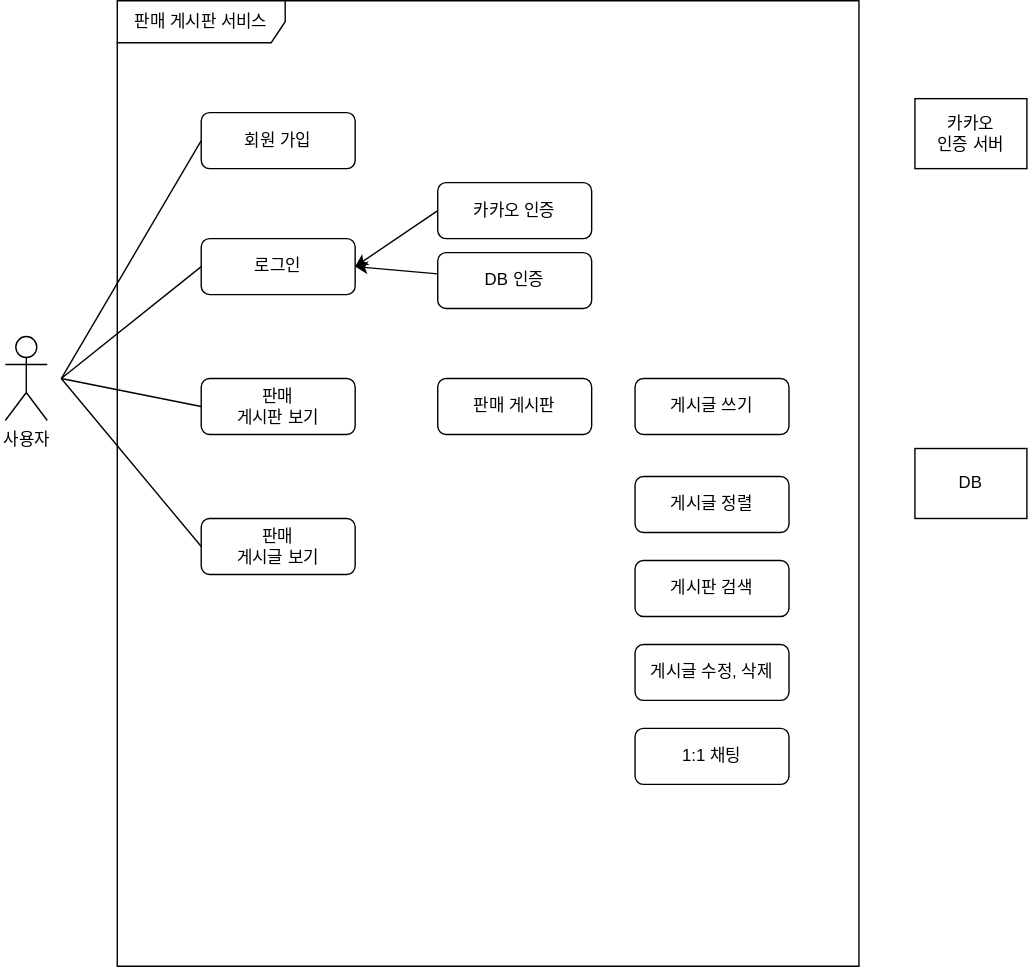
Earlier version of the draw.io export Document/use-case.svg (wlsdnr658/trade-demo). Source tidied: cells renumbered, new cells last; positions are measured from the earlier drawing's top-left corner, leaving out a move shared by most shapes.
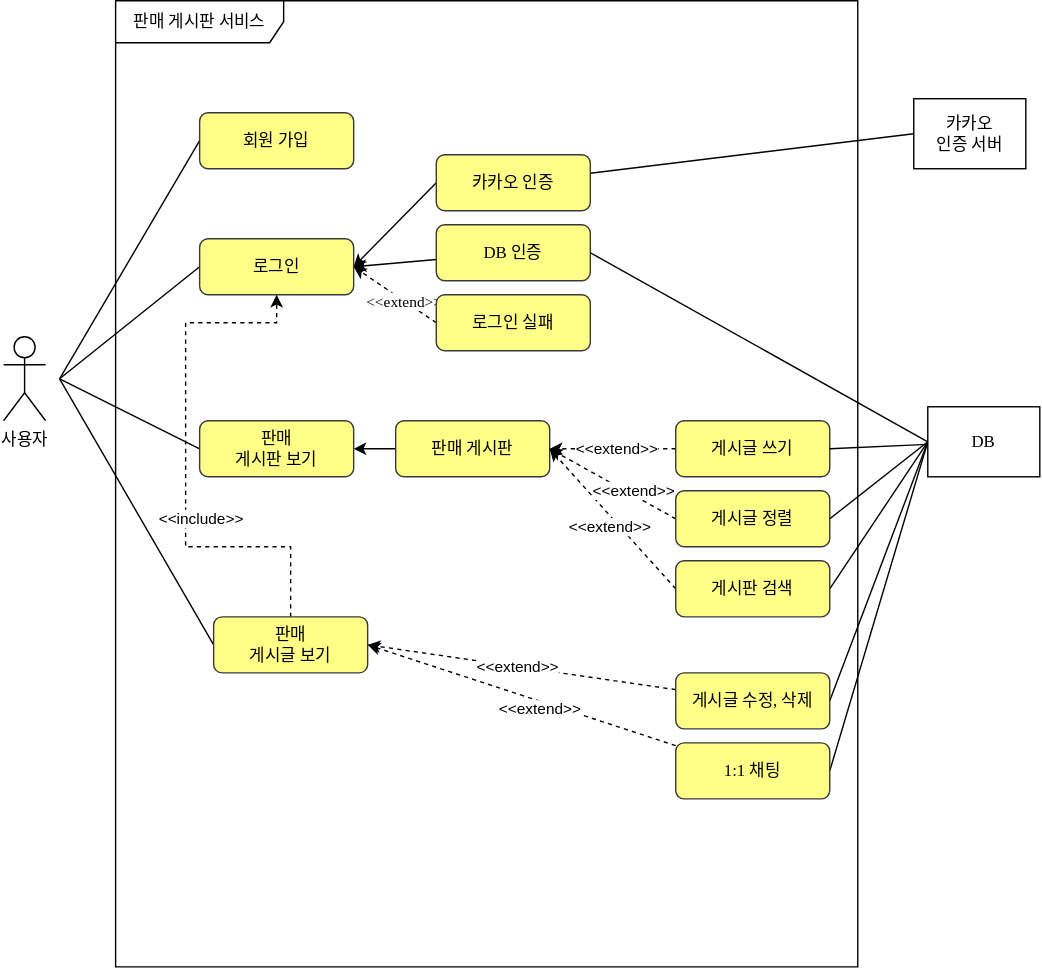
Later version of the same file.

Commit message:
#3 - 유즈케이스 업데이트

Diff of the diagram source:
```diff
@@ -2,80 +2,165 @@
   <root>
     <mxCell id="0" />
     <mxCell id="1" parent="0" />
-    <mxCell id="2" value="사용자" style="shape=umlActor;verticalLabelPosition=bottom;verticalAlign=top;html=1;" parent="1" vertex="1">
+    <mxCell id="2" value="사용자" style="shape=umlActor;verticalLabelPosition=bottom;verticalAlign=top;html=1;fontFamily= Noto Sans Korean;fontSource=https%3A%2F%2Ffonts.googleapis.com%2Fcss%3Ffamily%3D%2BNoto%2BSans%2BKorean;" parent="1" vertex="1">
       <mxGeometry y="240" width="30" height="60" as="geometry" />
     </mxCell>
-    <mxCell id="3" style="rounded=0;jettySize=auto;html=1;startArrow=none;startFill=0;endArrow=none;endFill=0;exitX=0;exitY=0.5;exitDx=0;exitDy=0;" parent="1" edge="1" source="4">
+    <mxCell id="3" style="rounded=0;jettySize=auto;html=1;startArrow=none;startFill=0;endArrow=none;endFill=0;exitX=0;exitY=0.5;exitDx=0;exitDy=0;fontFamily= Noto Sans Korean;fontSource=https%3A%2F%2Ffonts.googleapis.com%2Fcss%3Ffamily%3D%2BNoto%2BSans%2BKorean;" parent="1" edge="1" source="4">
       <mxGeometry relative="1" as="geometry">
         <mxPoint x="40" y="270" as="targetPoint" />
       </mxGeometry>
     </mxCell>
-    <mxCell id="4" value="회원 가입" style="rounded=1;whiteSpace=wrap;html=1;" parent="1" vertex="1">
+    <mxCell id="4" value="회원 가입" style="rounded=1;whiteSpace=wrap;html=1;fillColor=#ffff88;strokeColor=#36393d;fontFamily= Noto Sans Korean;fontSource=https%3A%2F%2Ffonts.googleapis.com%2Fcss%3Ffamily%3D%2BNoto%2BSans%2BKorean;" parent="1" vertex="1">
       <mxGeometry x="140" y="80" width="110" height="40" as="geometry" />
     </mxCell>
-    <mxCell id="5" style="rounded=0;jettySize=auto;html=1;endArrow=none;endFill=0;exitX=0;exitY=0.5;exitDx=0;exitDy=0;" parent="1" edge="1" source="6">
+    <mxCell id="5" style="rounded=0;jettySize=auto;html=1;endArrow=none;endFill=0;exitX=0;exitY=0.5;exitDx=0;exitDy=0;fontFamily= Noto Sans Korean;fontSource=https%3A%2F%2Ffonts.googleapis.com%2Fcss%3Ffamily%3D%2BNoto%2BSans%2BKorean;" parent="1" edge="1" source="6">
       <mxGeometry relative="1" as="geometry">
         <mxPoint x="40" y="270" as="targetPoint" />
       </mxGeometry>
     </mxCell>
-    <mxCell id="6" value="로그인" style="rounded=1;whiteSpace=wrap;html=1;" parent="1" vertex="1">
+    <mxCell id="6" value="로그인" style="rounded=1;whiteSpace=wrap;html=1;fillColor=#ffff88;strokeColor=#36393d;fontFamily= Noto Sans Korean;fontSource=https%3A%2F%2Ffonts.googleapis.com%2Fcss%3Ffamily%3D%2BNoto%2BSans%2BKorean;" parent="1" vertex="1">
       <mxGeometry x="140" y="170" width="110" height="40" as="geometry" />
     </mxCell>
-    <mxCell id="7" style="rounded=0;orthogonalLoop=1;jettySize=auto;html=1;endArrow=none;endFill=0;" parent="1" edge="1">
+    <mxCell id="7" style="rounded=0;jettySize=auto;html=1;endArrow=none;endFill=0;fontFamily= Noto Sans Korean;fontSource=https%3A%2F%2Ffonts.googleapis.com%2Fcss%3Ffamily%3D%2BNoto%2BSans%2BKorean;exitX=0;exitY=0.5;exitDx=0;exitDy=0;" parent="1" edge="1" source="8">
       <mxGeometry relative="1" as="geometry">
-        <mxPoint x="140" y="290" as="sourcePoint" />
         <mxPoint x="40" y="270" as="targetPoint" />
       </mxGeometry>
     </mxCell>
-    <mxCell id="8" value="판매&lt;br&gt;게시판 보기" style="rounded=1;whiteSpace=wrap;html=1;" parent="1" vertex="1">
-      <mxGeometry x="140" y="270" width="110" height="40" as="geometry" />
+    <mxCell id="8" value="판매&lt;br&gt;게시판 보기" style="rounded=1;whiteSpace=wrap;html=1;fillColor=#ffff88;strokeColor=#36393d;fontFamily= Noto Sans Korean;fontSource=https%3A%2F%2Ffonts.googleapis.com%2Fcss%3Ffamily%3D%2BNoto%2BSans%2BKorean;" parent="1" vertex="1">
+      <mxGeometry x="140" y="300" width="110" height="40" as="geometry" />
     </mxCell>
-    <mxCell id="9" style="rounded=0;jettySize=auto;html=1;endArrow=none;endFill=0;exitX=0;exitY=0.5;exitDx=0;exitDy=0;" parent="1" edge="1" source="10">
+    <mxCell id="9" style="rounded=0;jettySize=auto;html=1;endArrow=none;endFill=0;exitX=0;exitY=0.5;exitDx=0;exitDy=0;fontFamily= Noto Sans Korean;fontSource=https%3A%2F%2Ffonts.googleapis.com%2Fcss%3Ffamily%3D%2BNoto%2BSans%2BKorean;" parent="1" edge="1" source="10">
       <mxGeometry relative="1" as="geometry">
         <mxPoint x="40" y="270" as="targetPoint" />
       </mxGeometry>
     </mxCell>
+    <mxCell id="24" style="edgeStyle=orthogonalEdgeStyle;rounded=0;jettySize=auto;html=1;entryX=0.5;entryY=1;entryDx=0;entryDy=0;dashed=1;" parent="1" edge="1" source="10" target="6">
+      <mxGeometry relative="1" as="geometry">
+        <Array as="points">
+          <mxPoint x="205" y="390" />
+          <mxPoint x="130" y="390" />
+          <mxPoint x="130" y="230" />
+          <mxPoint x="195" y="230" />
+        </Array>
+      </mxGeometry>
+    </mxCell>
+    <mxCell id="25" value="&amp;lt;&amp;lt;include&amp;gt;&amp;gt;" style="edgeLabel;html=1;align=center;verticalAlign=middle;" parent="24" vertex="1">
+      <mxGeometry x="-0.58" y="-1" relative="1" as="geometry">
+        <mxPoint x="-37" y="-19" as="offset" />
+      </mxGeometry>
+    </mxCell>
-    <mxCell id="10" value="판매&lt;br&gt;게시글 보기" style="rounded=1;whiteSpace=wrap;html=1;" parent="1" vertex="1">
-      <mxGeometry x="140" y="370" width="110" height="40" as="geometry" />
+    <mxCell id="10" value="판매&lt;br&gt;게시글 보기" style="rounded=1;whiteSpace=wrap;html=1;fillColor=#ffff88;strokeColor=#36393d;fontFamily= Noto Sans Korean;fontSource=https%3A%2F%2Ffonts.googleapis.com%2Fcss%3Ffamily%3D%2BNoto%2BSans%2BKorean;" parent="1" vertex="1">
+      <mxGeometry x="150" y="440" width="110" height="40" as="geometry" />
     </mxCell>
+    <mxCell id="26" style="rounded=0;jettySize=auto;html=1;entryX=1;entryY=0.5;entryDx=0;entryDy=0;dashed=1;" parent="1" edge="1" source="11" target="10">
+      <mxGeometry relative="1" as="geometry" />
+    </mxCell>
+    <mxCell id="27" style="rounded=0;jettySize=auto;html=1;endArrow=none;endFill=0;exitX=1;exitY=0.5;exitDx=0;exitDy=0;entryX=0;entryY=0.5;entryDx=0;entryDy=0;" parent="1" edge="1" source="11" target="22">
+      <mxGeometry relative="1" as="geometry" />
+    </mxCell>
-    <mxCell id="11" value="1:1 채팅" style="rounded=1;whiteSpace=wrap;html=1;" parent="1" vertex="1">
-      <mxGeometry x="450" y="520" width="110" height="40" as="geometry" />
+    <mxCell id="11" value="1:1 채팅" style="rounded=1;whiteSpace=wrap;html=1;fillColor=#ffff88;strokeColor=#36393d;fontFamily= Noto Sans Korean;fontSource=https%3A%2F%2Ffonts.googleapis.com%2Fcss%3Ffamily%3D%2BNoto%2BSans%2BKorean;" parent="1" vertex="1">
+      <mxGeometry x="480" y="530" width="110" height="40" as="geometry" />
     </mxCell>
-    <mxCell id="12" style="rounded=0;jettySize=auto;html=1;entryX=1;entryY=0.5;entryDx=0;entryDy=0;exitX=0;exitY=0.5;exitDx=0;exitDy=0;" parent="1" edge="1" source="13" target="6">
+    <mxCell id="12" style="rounded=0;jettySize=auto;html=1;entryX=1;entryY=0.5;entryDx=0;entryDy=0;exitX=0;exitY=0.5;exitDx=0;exitDy=0;fontFamily= Noto Sans Korean;fontSource=https%3A%2F%2Ffonts.googleapis.com%2Fcss%3Ffamily%3D%2BNoto%2BSans%2BKorean;" parent="1" edge="1" source="13" target="6">
       <mxGeometry relative="1" as="geometry" />
     </mxCell>
+    <mxCell id="28" style="rounded=0;jettySize=auto;html=1;entryX=0;entryY=0.5;entryDx=0;entryDy=0;endArrow=none;endFill=0;fontFamily= Noto Sans Korean;fontSource=https%3A%2F%2Ffonts.googleapis.com%2Fcss%3Ffamily%3D%2BNoto%2BSans%2BKorean;" parent="1" edge="1" source="13" target="23">
+      <mxGeometry relative="1" as="geometry" />
+    </mxCell>
-    <mxCell id="13" value="카카오 인증" style="rounded=1;whiteSpace=wrap;html=1;" parent="1" vertex="1">
-      <mxGeometry x="309" y="130" width="110" height="40" as="geometry" />
+    <mxCell id="13" value="카카오 인증" style="rounded=1;whiteSpace=wrap;html=1;fillColor=#ffff88;strokeColor=#36393d;fontFamily= Noto Sans Korean;fontSource=https%3A%2F%2Ffonts.googleapis.com%2Fcss%3Ffamily%3D%2BNoto%2BSans%2BKorean;" parent="1" vertex="1">
+      <mxGeometry x="309" y="110" width="110" height="40" as="geometry" />
     </mxCell>
-    <mxCell id="14" style="rounded=0;jettySize=auto;html=1;entryX=1;entryY=0.5;entryDx=0;entryDy=0;" parent="1" edge="1" source="15" target="6">
+    <mxCell id="14" style="rounded=0;jettySize=auto;html=1;entryX=1;entryY=0.5;entryDx=0;entryDy=0;fontFamily= Noto Sans Korean;fontSource=https%3A%2F%2Ffonts.googleapis.com%2Fcss%3Ffamily%3D%2BNoto%2BSans%2BKorean;" parent="1" edge="1" source="15" target="6">
       <mxGeometry relative="1" as="geometry" />
     </mxCell>
-    <mxCell id="15" value="DB 인증" style="rounded=1;whiteSpace=wrap;html=1;" parent="1" vertex="1">
-      <mxGeometry x="309" y="180" width="110" height="40" as="geometry" />
+    <mxCell id="15" value="DB 인증" style="rounded=1;whiteSpace=wrap;html=1;fillColor=#ffff88;strokeColor=#36393d;fontFamily= Noto Sans Korean;fontSource=https%3A%2F%2Ffonts.googleapis.com%2Fcss%3Ffamily%3D%2BNoto%2BSans%2BKorean;" parent="1" vertex="1">
+      <mxGeometry x="309" y="160" width="110" height="40" as="geometry" />
     </mxCell>
+    <mxCell id="29" style="edgeStyle=orthogonalEdgeStyle;rounded=0;jettySize=auto;html=1;entryX=1;entryY=0.5;entryDx=0;entryDy=0;" parent="1" edge="1" source="16" target="8">
+      <mxGeometry relative="1" as="geometry" />
+    </mxCell>
-    <mxCell id="16" value="판매 게시판" style="rounded=1;whiteSpace=wrap;html=1;" parent="1" vertex="1">
-      <mxGeometry x="309" y="270" width="110" height="40" as="geometry" />
+    <mxCell id="16" value="판매 게시판" style="rounded=1;whiteSpace=wrap;html=1;fillColor=#ffff88;strokeColor=#36393d;fontFamily= Noto Sans Korean;fontSource=https%3A%2F%2Ffonts.googleapis.com%2Fcss%3Ffamily%3D%2BNoto%2BSans%2BKorean;" parent="1" vertex="1">
+      <mxGeometry x="280" y="300" width="110" height="40" as="geometry" />
     </mxCell>
-    <mxCell id="17" value="판매 게시판 서비스" style="shape=umlFrame;whiteSpace=wrap;html=1;width=120;height=30;" parent="1" vertex="1">
+    <mxCell id="17" value="판매 게시판 서비스" style="shape=umlFrame;whiteSpace=wrap;html=1;width=120;height=30;fontFamily= Noto Sans Korean;fontSource=https%3A%2F%2Ffonts.googleapis.com%2Fcss%3Ffamily%3D%2BNoto%2BSans%2BKorean;" parent="1" vertex="1">
       <mxGeometry x="80" width="530" height="690" as="geometry" />
     </mxCell>
+    <mxCell id="30" style="edgeStyle=orthogonalEdgeStyle;rounded=0;jettySize=auto;html=1;entryX=1;entryY=0.5;entryDx=0;entryDy=0;dashed=1;" parent="1" edge="1" source="18" target="16">
+      <mxGeometry relative="1" as="geometry" />
+    </mxCell>
+    <mxCell id="31" value="&amp;lt;&amp;lt;extend&amp;gt;&amp;gt;" style="edgeLabel;html=1;align=center;verticalAlign=middle;" parent="30" vertex="1">
+      <mxGeometry x="0.58" y="-3" relative="1" as="geometry">
+        <mxPoint x="29" y="3" as="offset" />
+      </mxGeometry>
+    </mxCell>
-    <mxCell id="18" value="게시글 쓰기" style="rounded=1;whiteSpace=wrap;html=1;" parent="1" vertex="1">
-      <mxGeometry x="450" y="270" width="110" height="40" as="geometry" />
+    <mxCell id="18" value="게시글 쓰기" style="rounded=1;whiteSpace=wrap;html=1;fillColor=#ffff88;strokeColor=#36393d;fontFamily= Noto Sans Korean;fontSource=https%3A%2F%2Ffonts.googleapis.com%2Fcss%3Ffamily%3D%2BNoto%2BSans%2BKorean;" parent="1" vertex="1">
+      <mxGeometry x="480" y="300" width="110" height="40" as="geometry" />
     </mxCell>
+    <mxCell id="32" style="rounded=0;jettySize=auto;html=1;entryX=1;entryY=0.5;entryDx=0;entryDy=0;dashed=1;exitX=0;exitY=0.5;exitDx=0;exitDy=0;" parent="1" edge="1" source="19" target="16">
+      <mxGeometry relative="1" as="geometry" />
+    </mxCell>
-    <mxCell id="19" value="게시글 정렬" style="rounded=1;whiteSpace=wrap;html=1;" parent="1" vertex="1">
-      <mxGeometry x="450" y="340" width="110" height="40" as="geometry" />
+    <mxCell id="19" value="게시글 정렬" style="rounded=1;whiteSpace=wrap;html=1;fillColor=#ffff88;strokeColor=#36393d;fontFamily= Noto Sans Korean;fontSource=https%3A%2F%2Ffonts.googleapis.com%2Fcss%3Ffamily%3D%2BNoto%2BSans%2BKorean;" parent="1" vertex="1">
+      <mxGeometry x="480" y="350" width="110" height="40" as="geometry" />
     </mxCell>
+    <mxCell id="33" style="rounded=0;jettySize=auto;html=1;entryX=1;entryY=0.5;entryDx=0;entryDy=0;dashed=1;exitX=0;exitY=0.5;exitDx=0;exitDy=0;" parent="1" edge="1" source="20" target="16">
+      <mxGeometry relative="1" as="geometry" />
+    </mxCell>
+    <mxCell id="34" style="rounded=0;jettySize=auto;html=1;entryX=0;entryY=0.5;entryDx=0;entryDy=0;endArrow=none;endFill=0;exitX=1;exitY=0.5;exitDx=0;exitDy=0;" parent="1" edge="1" source="20" target="22">
+      <mxGeometry relative="1" as="geometry" />
+    </mxCell>
-    <mxCell id="20" value="게시판 검색" style="rounded=1;whiteSpace=wrap;html=1;" parent="1" vertex="1">
-      <mxGeometry x="450" y="400" width="110" height="40" as="geometry" />
+    <mxCell id="20" value="게시판 검색" style="rounded=1;whiteSpace=wrap;html=1;fillColor=#ffff88;strokeColor=#36393d;fontFamily= Noto Sans Korean;fontSource=https%3A%2F%2Ffonts.googleapis.com%2Fcss%3Ffamily%3D%2BNoto%2BSans%2BKorean;" parent="1" vertex="1">
+      <mxGeometry x="480" y="400" width="110" height="40" as="geometry" />
     </mxCell>
+    <mxCell id="35" style="rounded=0;jettySize=auto;html=1;entryX=1;entryY=0.5;entryDx=0;entryDy=0;dashed=1;" parent="1" edge="1" source="21" target="10">
+      <mxGeometry relative="1" as="geometry" />
+    </mxCell>
+    <mxCell id="36" style="rounded=0;jettySize=auto;html=1;entryX=0;entryY=0.5;entryDx=0;entryDy=0;endArrow=none;endFill=0;exitX=1;exitY=0.5;exitDx=0;exitDy=0;" parent="1" edge="1" source="21" target="22">
+      <mxGeometry relative="1" as="geometry" />
+    </mxCell>
-    <mxCell id="21" value="게시글 수정, 삭제" style="rounded=1;whiteSpace=wrap;html=1;" parent="1" vertex="1">
-      <mxGeometry x="450" y="460" width="110" height="40" as="geometry" />
+    <mxCell id="21" value="게시글 수정, 삭제" style="rounded=1;whiteSpace=wrap;html=1;fillColor=#ffff88;strokeColor=#36393d;fontFamily= Noto Sans Korean;fontSource=https%3A%2F%2Ffonts.googleapis.com%2Fcss%3Ffamily%3D%2BNoto%2BSans%2BKorean;" parent="1" vertex="1">
+      <mxGeometry x="480" y="480" width="110" height="40" as="geometry" />
     </mxCell>
+    <mxCell id="37" style="rounded=0;jettySize=auto;html=1;entryX=1;entryY=0.5;entryDx=0;entryDy=0;endArrow=none;endFill=0;exitX=0;exitY=0.5;exitDx=0;exitDy=0;" parent="1" edge="1" source="22" target="15">
+      <mxGeometry relative="1" as="geometry" />
+    </mxCell>
+    <mxCell id="38" style="rounded=0;jettySize=auto;html=1;entryX=1;entryY=0.5;entryDx=0;entryDy=0;endArrow=none;endFill=0;" parent="1" edge="1" source="22" target="18">
+      <mxGeometry relative="1" as="geometry" />
+    </mxCell>
+    <mxCell id="39" style="rounded=0;jettySize=auto;html=1;entryX=1;entryY=0.5;entryDx=0;entryDy=0;endArrow=none;endFill=0;exitX=0;exitY=0.5;exitDx=0;exitDy=0;" parent="1" edge="1" source="22" target="19">
+      <mxGeometry relative="1" as="geometry" />
+    </mxCell>
-    <mxCell id="22" value="DB" style="html=1;whiteSpace=wrap;" parent="1" vertex="1">
-      <mxGeometry x="650" y="320" width="80" height="50" as="geometry" />
+    <mxCell id="22" value="DB" style="html=1;whiteSpace=wrap;fontFamily= Noto Sans Korean;fontSource=https%3A%2F%2Ffonts.googleapis.com%2Fcss%3Ffamily%3D%2BNoto%2BSans%2BKorean;" parent="1" vertex="1">
+      <mxGeometry x="660" y="290" width="80" height="50" as="geometry" />
     </mxCell>
-    <mxCell id="23" value="카카오&lt;br&gt;인증 서버" style="html=1;whiteSpace=wrap;" parent="1" vertex="1">
+    <mxCell id="23" value="카카오&lt;br&gt;인증 서버" style="html=1;whiteSpace=wrap;fontFamily= Noto Sans Korean;fontSource=https%3A%2F%2Ffonts.googleapis.com%2Fcss%3Ffamily%3D%2BNoto%2BSans%2BKorean;" parent="1" vertex="1">
       <mxGeometry x="650" y="70" width="80" height="50" as="geometry" />
     </mxCell>
+    <mxCell id="40" style="rounded=0;jettySize=auto;html=1;entryX=1;entryY=0.5;entryDx=0;entryDy=0;exitX=0;exitY=0.5;exitDx=0;exitDy=0;dashed=1;fontFamily= Noto Sans Korean;fontSource=https%3A%2F%2Ffonts.googleapis.com%2Fcss%3Ffamily%3D%2BNoto%2BSans%2BKorean;" parent="1" edge="1" source="42" target="6">
+      <mxGeometry relative="1" as="geometry" />
+    </mxCell>
+    <mxCell id="41" value="&amp;lt;&amp;lt;extend&amp;gt;&amp;gt;" style="edgeLabel;html=1;align=center;verticalAlign=middle;fontFamily= Noto Sans Korean;fontSource=https%3A%2F%2Ffonts.googleapis.com%2Fcss%3Ffamily%3D%2BNoto%2BSans%2BKorean;" parent="40" vertex="1">
+      <mxGeometry x="-0.21" relative="1" as="geometry" />
+    </mxCell>
+    <mxCell id="42" value="로그인 실패" style="rounded=1;whiteSpace=wrap;html=1;fillColor=#ffff88;strokeColor=#36393d;fontFamily= Noto Sans Korean;fontSource=https%3A%2F%2Ffonts.googleapis.com%2Fcss%3Ffamily%3D%2BNoto%2BSans%2BKorean;" parent="1" vertex="1">
+      <mxGeometry x="309" y="210" width="110" height="40" as="geometry" />
+    </mxCell>
+    <mxCell id="43" value="&amp;lt;&amp;lt;extend&amp;gt;&amp;gt;" style="edgeLabel;html=1;align=center;verticalAlign=middle;" parent="1" vertex="1">
+      <mxGeometry x="450" y="350" as="geometry" />
+    </mxCell>
+    <mxCell id="44" value="&amp;lt;&amp;lt;extend&amp;gt;&amp;gt;" style="edgeLabel;html=1;align=center;verticalAlign=middle;" parent="1" vertex="1">
+      <mxGeometry x="430" y="360" as="geometry">
+        <mxPoint x="3" y="16" as="offset" />
+      </mxGeometry>
+    </mxCell>
+    <mxCell id="45" value="&amp;lt;&amp;lt;extend&amp;gt;&amp;gt;" style="edgeLabel;html=1;align=center;verticalAlign=middle;" parent="1" vertex="1">
+      <mxGeometry x="364" y="460" as="geometry">
+        <mxPoint x="3" y="16" as="offset" />
+      </mxGeometry>
+    </mxCell>
+    <mxCell id="46" value="&amp;lt;&amp;lt;extend&amp;gt;&amp;gt;" style="edgeLabel;html=1;align=center;verticalAlign=middle;" parent="1" vertex="1">
+      <mxGeometry x="380" y="490" as="geometry">
+        <mxPoint x="3" y="16" as="offset" />
+      </mxGeometry>
+    </mxCell>
   </root>
 </mxGraphModel>
```
